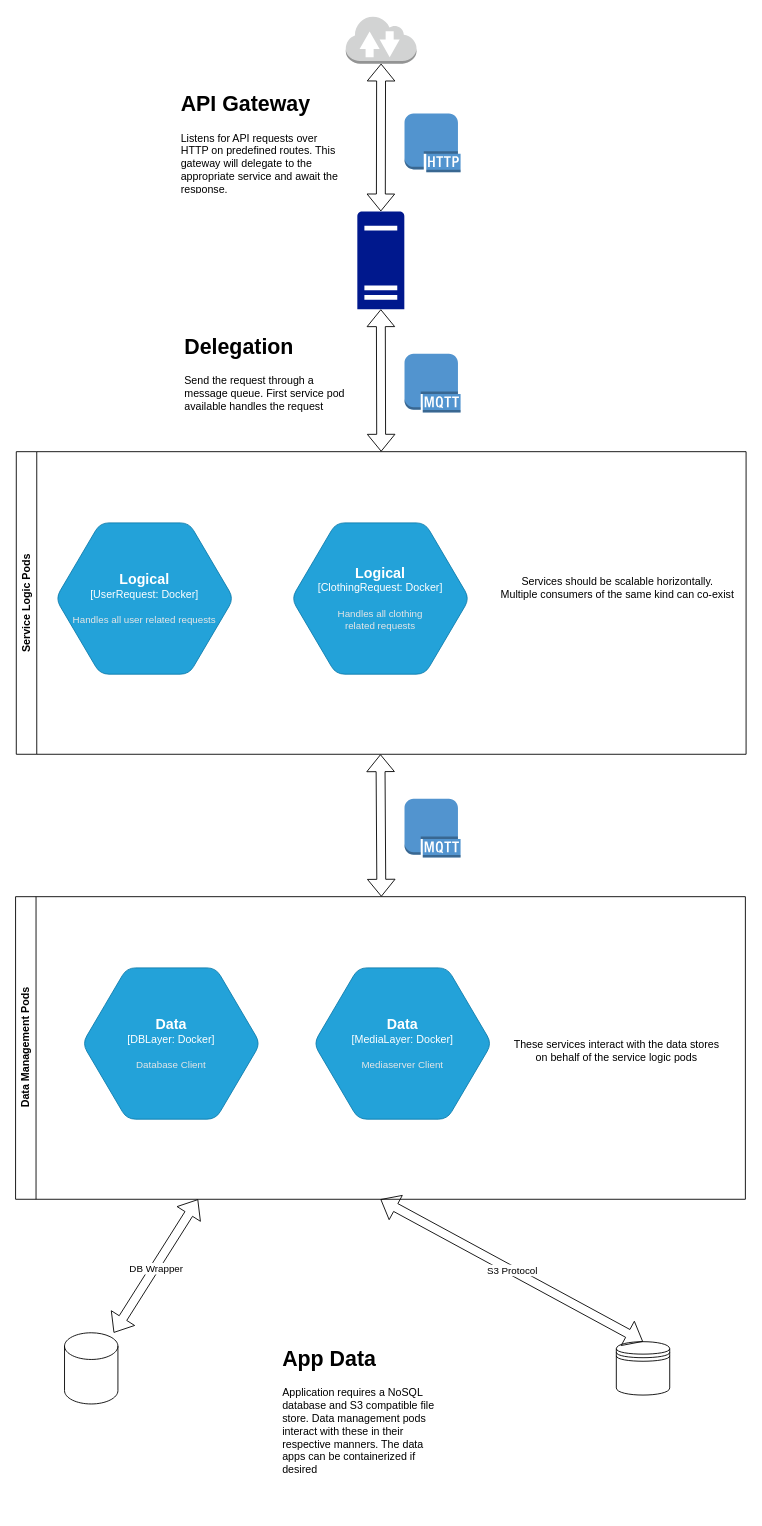
The draw.io diagram diagrams/service-workflow.drawio in fit-check-app/design-spec, before the edit. Source tidied: cells renumbered, new cells numbered last; positions are measured from the earlier drawing's top-left corner, leaving out a move shared by most shapes. Both pictures are drawn from the tidied source at 89%, with x=0, y=0 at pixel (15, 15).
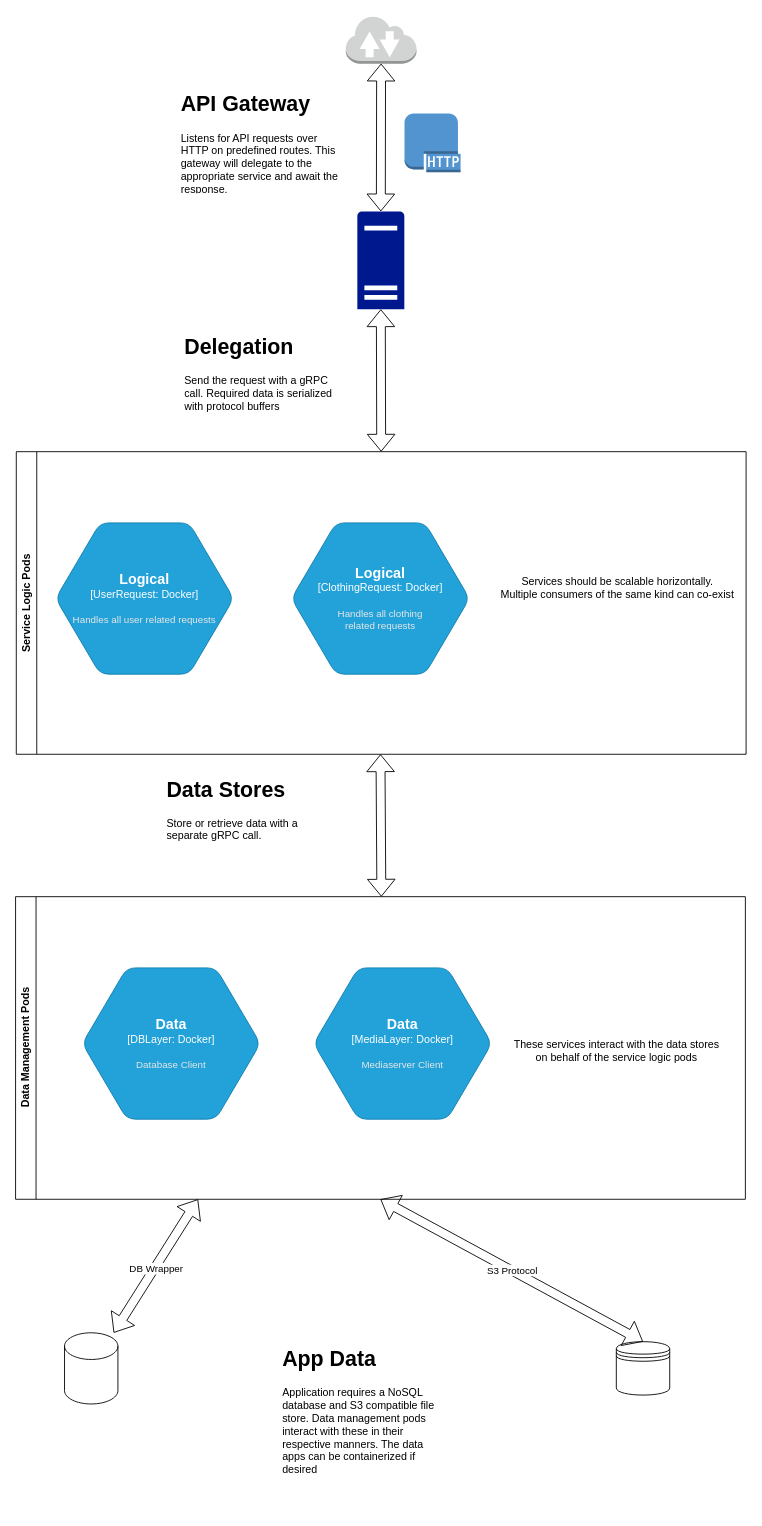
The same page after the edit.

What changed in the source:
```diff
@@
-    <mxCell id="12" style="dashed=0;verticalLabelPosition=bottom;verticalAlign=top;align=center;html=1;shape=mxgraph.aws3.mqtt_protocol;fillColor=#5294CF;gradientColor=none;" parent="1" vertex="1">
-      <mxGeometry x="437" y="380" width="63" height="66" as="geometry" />
-    </mxCell>
-    <mxCell id="13" value="&lt;h1&gt;Delegation&lt;/h1&gt;&lt;p&gt;Send the request through a message queue. First service pod available handles the request&lt;/p&gt;" style="text;html=1;strokeColor=none;fillColor=none;spacing=5;spacingTop=-20;whiteSpace=wrap;overflow=hidden;rounded=0;" parent="1" vertex="1">
+    <mxCell id="13" value="&lt;h1&gt;Delegation&lt;/h1&gt;&lt;p&gt;Send the request with a gRPC call. Required data is serialized with protocol buffers&lt;/p&gt;" style="text;html=1;strokeColor=none;fillColor=none;spacing=5;spacingTop=-20;whiteSpace=wrap;overflow=hidden;rounded=0;" parent="1" vertex="1">
       <mxGeometry x="185" y="353" width="190" height="120" as="geometry" />
     </mxCell>
@@
-    <mxCell id="18" style="dashed=0;verticalLabelPosition=bottom;verticalAlign=top;align=center;html=1;shape=mxgraph.aws3.mqtt_protocol;fillColor=#5294CF;gradientColor=none;" parent="1" vertex="1">
-      <mxGeometry x="437" y="880" width="63" height="66" as="geometry" />
-    </mxCell>
@@
+    <mxCell id="27" value="&lt;h1&gt;Data Stores&lt;/h1&gt;&lt;p&gt;Store or retrieve data with a separate gRPC call.&lt;/p&gt;" style="text;html=1;strokeColor=none;fillColor=none;spacing=5;spacingTop=-20;whiteSpace=wrap;overflow=hidden;rounded=0;" parent="1" vertex="1">
+      <mxGeometry x="165" y="850" width="190" height="120" as="geometry" />
+    </mxCell>
```
